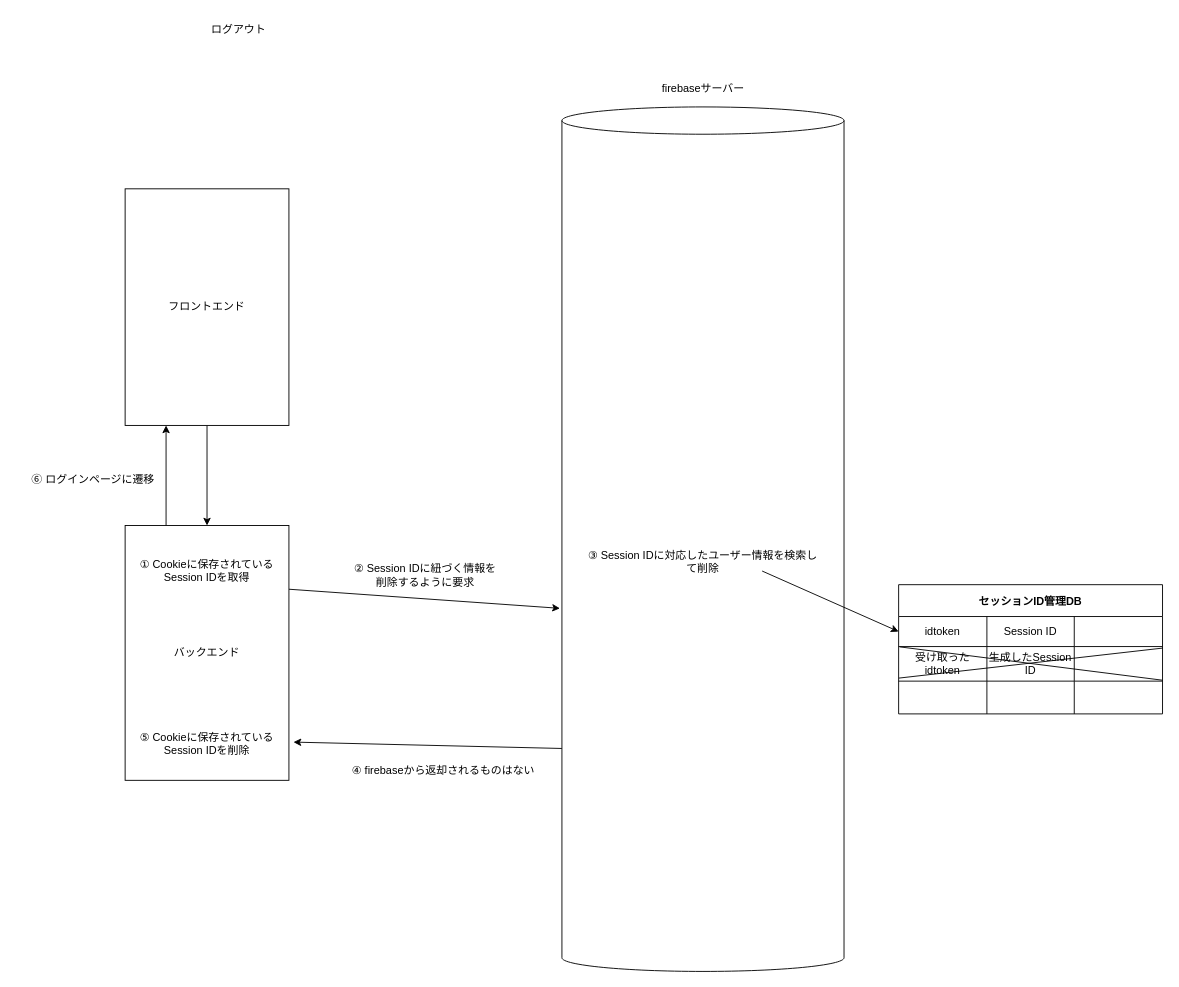
Earlier version of the draw.io diagram survey/logout-session.drawio (elletech/next_cookie). Source tidied: cells renumbered, new cells numbered last; positions are measured from the earlier drawing's top-left corner, leaving out a move shared by most shapes. Both pictures are drawn from the tidied source at 91%, with x=0, y=0 at pixel (15, 15).
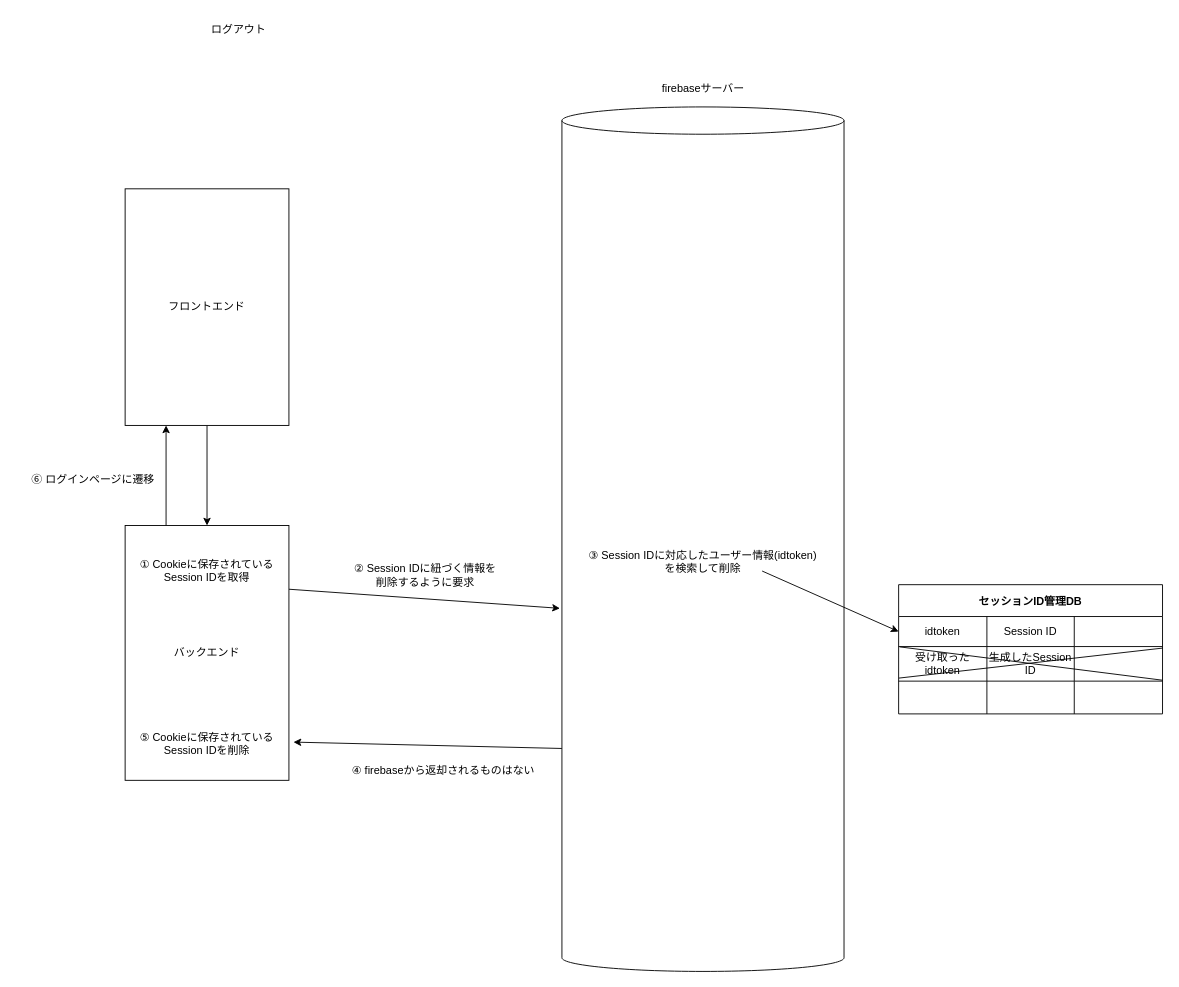
The same page after the edit.

Diff of the diagram source:
```diff
@@
-    <mxCell id="12" value="③ Session IDに対応したユーザー情報を検索して削除" style="text;html=1;strokeColor=none;fillColor=none;align=center;verticalAlign=middle;whiteSpace=wrap;rounded=0;" parent="1" vertex="1">
+    <mxCell id="12" value="③ Session IDに対応したユーザー情報(idtoken)を検索して削除" style="text;html=1;strokeColor=none;fillColor=none;align=center;verticalAlign=middle;whiteSpace=wrap;rounded=0;" parent="1" vertex="1">
       <mxGeometry x="625" y="590" width="260" height="20" as="geometry" />
     </mxCell>
```
